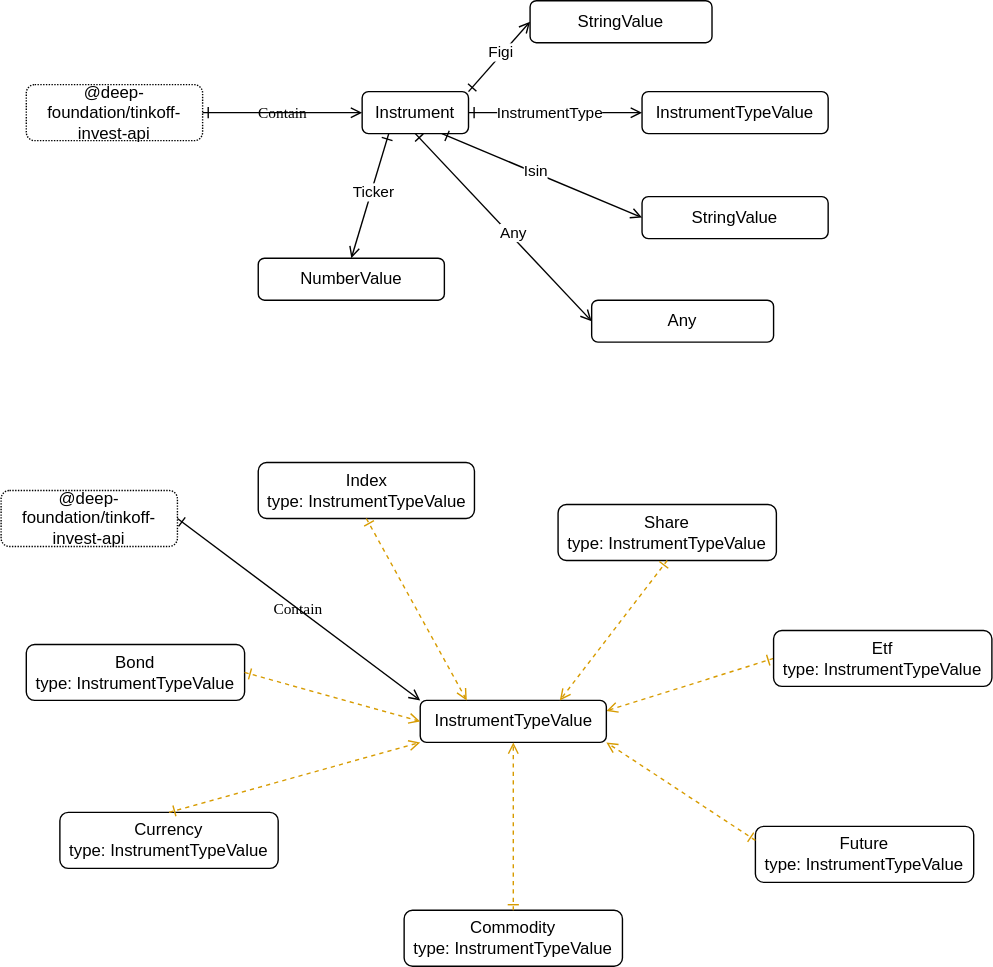
This is src/instrument/Instrument.drawio.svg from suenot/deep-tinkoff-invest-api, a draw.io export, as it was before one commit. Source tidied: cells renumbered, new cells last; positions are measured from the earlier drawing's top-left corner, leaving out a move shared by most shapes.
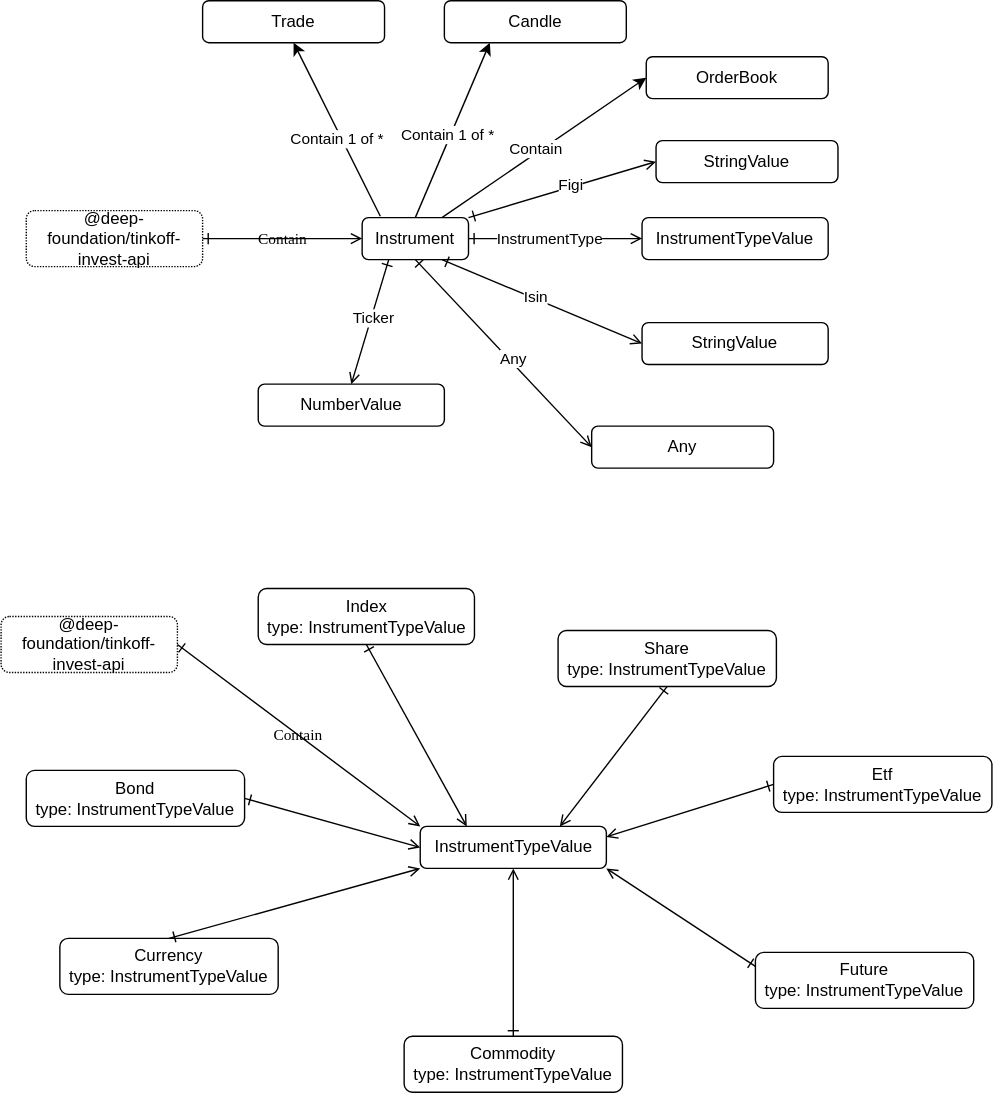
The same file after the commit.

Diff of the diagram source:
```diff
@@ -8,11 +8,19 @@
     <mxCell id="3" value="Figi" style="edgeLabel;html=1;align=center;verticalAlign=middle;" parent="2" vertex="1">
       <mxGeometry x="0.08" y="2" relative="1" as="geometry" />
     </mxCell>
+    <mxCell id="37" style="edgeStyle=none;html=1;exitX=0.75;exitY=0;exitDx=0;exitDy=0;entryX=0;entryY=0.5;entryDx=0;entryDy=0;" parent="1" edge="1" source="4" target="39">
+      <mxGeometry relative="1" as="geometry" />
+    </mxCell>
+    <mxCell id="38" value="Contain" style="edgeLabel;html=1;align=center;verticalAlign=middle;" parent="37" vertex="1">
+      <mxGeometry x="-0.08" y="4" relative="1" as="geometry">
+        <mxPoint x="1" as="offset" />
+      </mxGeometry>
+    </mxCell>
     <mxCell id="4" value="Instrument" style="rounded=1;whiteSpace=wrap;html=1;labelBackgroundColor=none;" parent="1" vertex="1">
       <mxGeometry x="258" y="65" width="76" height="30" as="geometry" />
     </mxCell>
     <mxCell id="5" value="StringValue" style="rounded=1;whiteSpace=wrap;html=1;labelBackgroundColor=none;" parent="1" vertex="1">
-      <mxGeometry x="378" width="130" height="30" as="geometry" />
+      <mxGeometry x="468" y="10" width="130" height="30" as="geometry" />
     </mxCell>
     <mxCell id="6" value="@deep-foundation/tinkoff-invest-api" style="rounded=1;whiteSpace=wrap;html=1;labelBackgroundColor=none;dashed=1;dashPattern=1 1;" parent="1" vertex="1">
       <mxGeometry x="18" y="60" width="126" height="40" as="geometry" />
@@ -20,7 +28,7 @@
     <mxCell id="7" value="Contain" style="jettySize=auto;html=1;shadow=0;labelBackgroundColor=none;startArrow=ERone;startFill=0;endArrow=open;endFill=0;fontColor=#000000;fontFamily=Comic Sans MS;entryX=0;entryY=0.5;entryDx=0;entryDy=0;exitX=1;exitY=0.5;exitDx=0;exitDy=0;" parent="1" edge="1" source="6" target="4">
       <mxGeometry relative="1" as="geometry" />
     </mxCell>
-    <mxCell id="8" style="edgeStyle=none;html=1;exitX=0;exitY=0.5;exitDx=0;exitDy=0;dashed=1;startArrow=ERone;startFill=0;endArrow=open;endFill=0;entryX=1;entryY=0.25;entryDx=0;entryDy=0;strokeColor=#D79B00;" parent="1" edge="1" source="11" target="9">
+    <mxCell id="8" style="edgeStyle=none;html=1;exitX=0;exitY=0.5;exitDx=0;exitDy=0;startArrow=ERone;startFill=0;endArrow=open;endFill=0;entryX=1;entryY=0.25;entryDx=0;entryDy=0;strokeColor=#000000;" parent="1" edge="1" source="11" target="9">
       <mxGeometry relative="1" as="geometry" />
     </mxCell>
     <mxCell id="9" value="InstrumentTypeValue" style="rounded=1;whiteSpace=wrap;html=1;labelBackgroundColor=none;" parent="1" vertex="1">
@@ -74,22 +82,22 @@
     <mxCell id="25" value="Isin" style="edgeLabel;html=1;align=center;verticalAlign=middle;" parent="24" vertex="1">
       <mxGeometry x="-0.07" y="1" relative="1" as="geometry" />
     </mxCell>
-    <mxCell id="26" style="edgeStyle=none;html=1;entryX=0.5;entryY=1;entryDx=0;entryDy=0;dashed=1;startArrow=ERone;startFill=0;endArrow=open;endFill=0;exitX=0.5;exitY=0;exitDx=0;exitDy=0;strokeColor=#D79B00;" parent="1" edge="1" source="13" target="9">
+    <mxCell id="26" style="edgeStyle=none;html=1;entryX=0.5;entryY=1;entryDx=0;entryDy=0;startArrow=ERone;startFill=0;endArrow=open;endFill=0;exitX=0.5;exitY=0;exitDx=0;exitDy=0;strokeColor=#000000;" parent="1" edge="1" source="13" target="9">
       <mxGeometry relative="1" as="geometry" />
     </mxCell>
-    <mxCell id="27" style="edgeStyle=none;html=1;exitX=0;exitY=0.25;exitDx=0;exitDy=0;dashed=1;startArrow=ERone;startFill=0;endArrow=open;endFill=0;entryX=1;entryY=1;entryDx=0;entryDy=0;strokeColor=#D79B00;" parent="1" edge="1" source="12" target="9">
+    <mxCell id="27" style="edgeStyle=none;html=1;exitX=0;exitY=0.25;exitDx=0;exitDy=0;startArrow=ERone;startFill=0;endArrow=open;endFill=0;entryX=1;entryY=1;entryDx=0;entryDy=0;strokeColor=#000000;" parent="1" edge="1" source="12" target="9">
       <mxGeometry relative="1" as="geometry" />
     </mxCell>
-    <mxCell id="28" style="edgeStyle=none;html=1;dashed=1;startArrow=ERone;startFill=0;endArrow=open;endFill=0;entryX=0;entryY=1;entryDx=0;entryDy=0;exitX=0.5;exitY=0;exitDx=0;exitDy=0;strokeColor=#D79B00;" parent="1" edge="1" source="15" target="9">
+    <mxCell id="28" style="edgeStyle=none;html=1;startArrow=ERone;startFill=0;endArrow=open;endFill=0;entryX=0;entryY=1;entryDx=0;entryDy=0;exitX=0.5;exitY=0;exitDx=0;exitDy=0;strokeColor=#000000;" parent="1" edge="1" source="15" target="9">
       <mxGeometry relative="1" as="geometry" />
     </mxCell>
-    <mxCell id="29" style="edgeStyle=none;html=1;exitX=1;exitY=0.5;exitDx=0;exitDy=0;dashed=1;startArrow=ERone;startFill=0;endArrow=open;endFill=0;entryX=0;entryY=0.5;entryDx=0;entryDy=0;strokeColor=#D79B00;" parent="1" edge="1" source="16" target="9">
+    <mxCell id="29" style="edgeStyle=none;html=1;exitX=1;exitY=0.5;exitDx=0;exitDy=0;startArrow=ERone;startFill=0;endArrow=open;endFill=0;entryX=0;entryY=0.5;entryDx=0;entryDy=0;strokeColor=#000000;" parent="1" edge="1" source="16" target="9">
       <mxGeometry relative="1" as="geometry" />
     </mxCell>
-    <mxCell id="30" style="edgeStyle=none;html=1;entryX=0.25;entryY=0;entryDx=0;entryDy=0;dashed=1;startArrow=ERone;startFill=0;endArrow=open;endFill=0;exitX=0.5;exitY=1;exitDx=0;exitDy=0;strokeColor=#D79B00;" parent="1" edge="1" source="14" target="9">
+    <mxCell id="30" style="edgeStyle=none;html=1;entryX=0.25;entryY=0;entryDx=0;entryDy=0;startArrow=ERone;startFill=0;endArrow=open;endFill=0;exitX=0.5;exitY=1;exitDx=0;exitDy=0;strokeColor=#000000;" parent="1" edge="1" source="14" target="9">
       <mxGeometry relative="1" as="geometry" />
     </mxCell>
-    <mxCell id="31" style="edgeStyle=none;html=1;exitX=0.5;exitY=1;exitDx=0;exitDy=0;dashed=1;startArrow=ERone;startFill=0;endArrow=open;endFill=0;entryX=0.75;entryY=0;entryDx=0;entryDy=0;strokeColor=#D79B00;" parent="1" edge="1" source="10" target="9">
+    <mxCell id="31" style="edgeStyle=none;html=1;exitX=0.5;exitY=1;exitDx=0;exitDy=0;startArrow=ERone;startFill=0;endArrow=open;endFill=0;entryX=0.75;entryY=0;entryDx=0;entryDy=0;strokeColor=#000000;" parent="1" edge="1" source="10" target="9">
       <mxGeometry relative="1" as="geometry" />
     </mxCell>
     <mxCell id="32" style="edgeStyle=none;html=1;exitX=0.5;exitY=1;exitDx=0;exitDy=0;startArrow=ERone;startFill=0;endArrow=open;endFill=0;entryX=0;entryY=0.5;entryDx=0;entryDy=0;" parent="1" edge="1" source="4" target="34">
@@ -107,5 +115,30 @@
     <mxCell id="36" value="Contain" style="jettySize=auto;html=1;shadow=0;labelBackgroundColor=none;startArrow=ERone;startFill=0;endArrow=open;endFill=0;fontColor=#000000;fontFamily=Comic Sans MS;entryX=0;entryY=0;entryDx=0;entryDy=0;exitX=1;exitY=0.5;exitDx=0;exitDy=0;" parent="1" edge="1" source="35" target="9">
       <mxGeometry relative="1" as="geometry" />
     </mxCell>
+    <mxCell id="39" value="OrderBook" style="rounded=1;whiteSpace=wrap;html=1;labelBackgroundColor=none;" parent="1" vertex="1">
+      <mxGeometry x="461" y="-50" width="130" height="30" as="geometry" />
+    </mxCell>
+    <mxCell id="40" value="Candle" style="rounded=1;whiteSpace=wrap;html=1;labelBackgroundColor=none;" parent="1" vertex="1">
+      <mxGeometry x="316.8" y="-90" width="130" height="30" as="geometry" />
+    </mxCell>
+    <mxCell id="41" style="edgeStyle=none;html=1;exitX=0.5;exitY=0;exitDx=0;exitDy=0;entryX=0.25;entryY=1;entryDx=0;entryDy=0;" parent="1" edge="1" source="4" target="40">
+      <mxGeometry relative="1" as="geometry" />
+    </mxCell>
+    <mxCell id="42" value="Contain 1 of *" style="edgeLabel;html=1;align=center;verticalAlign=middle;" parent="41" vertex="1">
+      <mxGeometry x="-0.08" y="4" relative="1" as="geometry">
+        <mxPoint x="1" as="offset" />
+      </mxGeometry>
+    </mxCell>
+    <mxCell id="43" value="Trade" style="rounded=1;whiteSpace=wrap;html=1;labelBackgroundColor=none;" parent="1" vertex="1">
+      <mxGeometry x="144" y="-90" width="130" height="30" as="geometry" />
+    </mxCell>
+    <mxCell id="44" style="edgeStyle=none;html=1;exitX=0.171;exitY=-0.033;exitDx=0;exitDy=0;entryX=0.5;entryY=1;entryDx=0;entryDy=0;exitPerimeter=0;" parent="1" edge="1" source="4" target="43">
+      <mxGeometry relative="1" as="geometry" />
+    </mxCell>
+    <mxCell id="45" value="Contain 1 of *" style="edgeLabel;html=1;align=center;verticalAlign=middle;" parent="44" vertex="1">
+      <mxGeometry x="-0.08" y="4" relative="1" as="geometry">
+        <mxPoint x="1" as="offset" />
+      </mxGeometry>
+    </mxCell>
   </root>
 </mxGraphModel>
```
